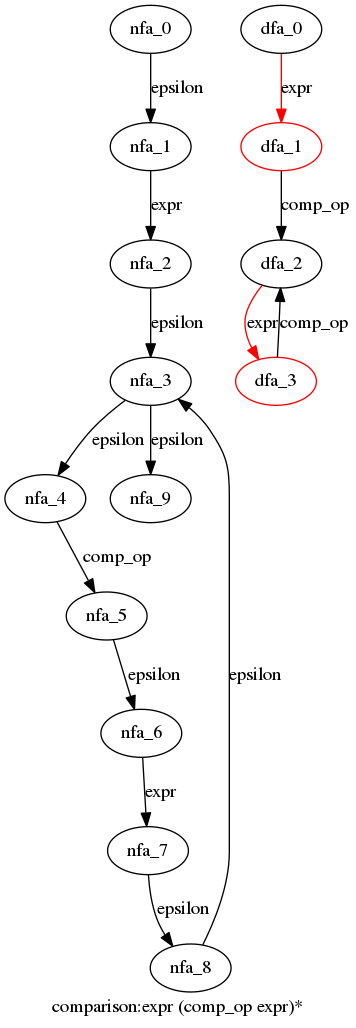
Above: cpython/grammar/handwrite/nfa_dfas/57.comparison.dot.png in WinChua/blog (Graphviz), before the change. Its source is kept beside it as cpython/grammar/handwrite/nfa_dfas/57.comparison.dot. The source it was exported from:
```dot
digraph comparison {
 graph[label="comparison:expr (comp_op expr)*"]
 subgraph comparison_nfa {
  nfa_0->nfa_1[label="epsilon"]
  nfa_1->nfa_2[label="expr"]
  nfa_2->nfa_3[label="epsilon"]
  nfa_3->nfa_4[label="epsilon"]
  nfa_4->nfa_5[label="comp_op"]
  nfa_5->nfa_6[label="epsilon"]
  nfa_6->nfa_7[label="expr"]
  nfa_7->nfa_8[label="epsilon"]
  nfa_8->nfa_3[label="epsilon"]
  nfa_3->nfa_9[label="epsilon"]
  }
 subgraph comparison_dfa {
  dfa_0->dfa_1[label="expr",color=red]
  dfa_1->dfa_2[label="comp_op"]
  dfa_2->dfa_3[label="expr",color=red]
  dfa_3->dfa_2[label="comp_op"]
  dfa_1[color=red]
  dfa_3[color=red]
  }
}
```
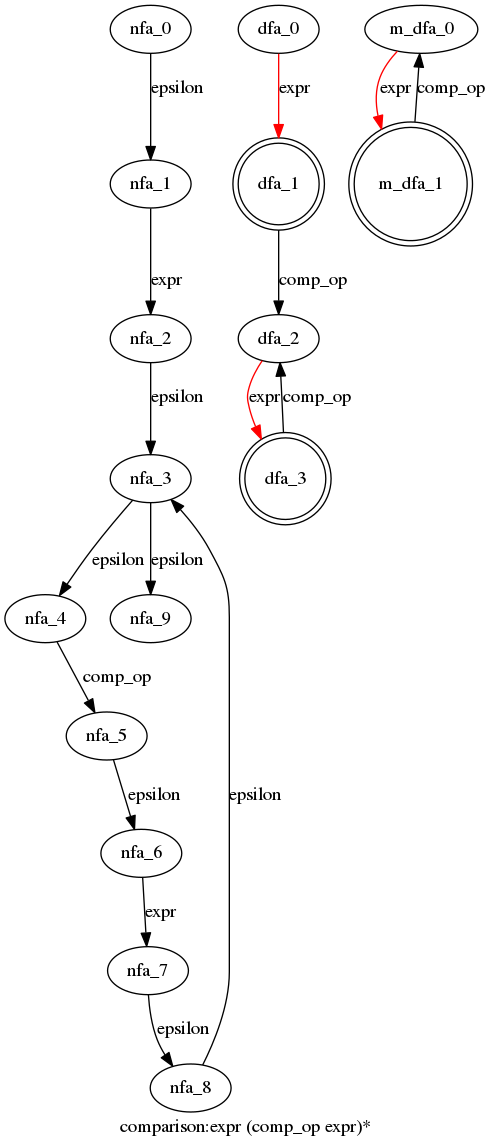
After the commit.

Change to the diagram source:
```diff
@@ -17,7 +17,12 @@
   dfa_1->dfa_2[label="comp_op"]
   dfa_2->dfa_3[label="expr",color=red]
   dfa_3->dfa_2[label="comp_op"]
-  dfa_1[color=red]
-  dfa_3[color=red]
+  dfa_1[shape=doublecircle]
+  dfa_3[shape=doublecircle]
+  }
+ subgraph comparison_m_dfa {
+  m_dfa_0->m_dfa_1[label="expr",color=red]
+  m_dfa_1->m_dfa_0[label="comp_op"]
+  m_dfa_1[shape=doublecircle]
   }
 }
```
